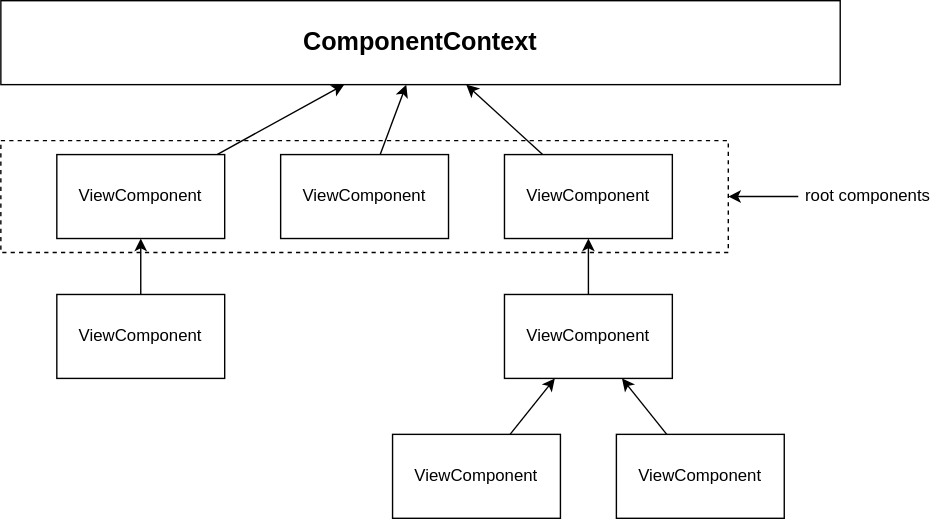
Before: packages/shadow-ents/src/view/ComponentContext.drawio.svg, a diagram exported from draw.io (spearwolf/shadow-objects). Source tidied: cells renumbered, new cells last; positions are measured from the earlier drawing's top-left corner, leaving out a move shared by most shapes.
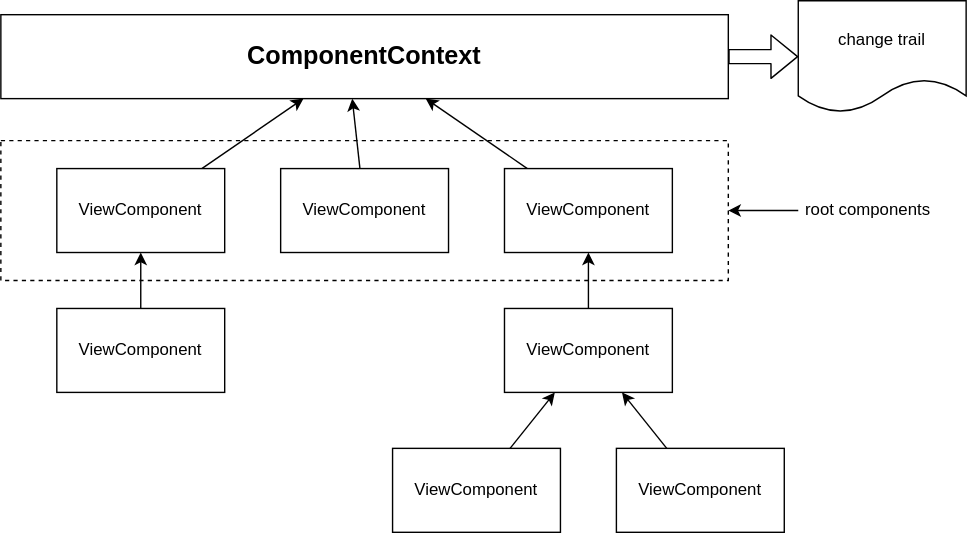
The same file after the commit.

Diff of the diagram source:
```diff
@@ -3,10 +3,13 @@
     <mxCell id="0" />
     <mxCell id="1" parent="0" />
     <mxCell id="2" style="rounded=0;whiteSpace=wrap;html=1;dashed=1;fillColor=none;" parent="1" vertex="1">
-      <mxGeometry y="100" width="520" height="80" as="geometry" />
+      <mxGeometry y="90" width="520" height="100" as="geometry" />
     </mxCell>
+    <mxCell id="20" style="edgeStyle=none;html=1;entryX=0;entryY=0.5;entryDx=0;entryDy=0;shape=flexArrow;strokeWidth=1;fillColor=none;gradientColor=none;" parent="1" edge="1" source="3" target="21">
+      <mxGeometry relative="1" as="geometry" />
+    </mxCell>
     <mxCell id="3" value="ComponentContext" style="rounded=0;whiteSpace=wrap;html=1;fontStyle=1;fontSize=18;" parent="1" vertex="1">
-      <mxGeometry width="600" height="60" as="geometry" />
+      <mxGeometry width="520" height="60" as="geometry" />
     </mxCell>
     <mxCell id="4" style="edgeStyle=none;html=1;" parent="1" edge="1" source="5" target="3">
       <mxGeometry relative="1" as="geometry" />
@@ -50,11 +53,16 @@
     <mxCell id="17" value="ViewComponent" style="rounded=0;whiteSpace=wrap;html=1;" parent="1" vertex="1">
       <mxGeometry x="40" y="210" width="120" height="60" as="geometry" />
     </mxCell>
-    <mxCell id="18" style="edgeStyle=none;html=1;entryX=1;entryY=0.5;entryDx=0;entryDy=0;" parent="1" edge="1" source="19" target="2">
-      <mxGeometry relative="1" as="geometry" />
+    <mxCell id="18" style="edgeStyle=none;html=1;entryX=1;entryY=0.5;entryDx=0;entryDy=0;" parent="1" edge="1" target="2">
+      <mxGeometry relative="1" as="geometry">
+        <mxPoint x="570" y="140" as="sourcePoint" />
+      </mxGeometry>
     </mxCell>
     <mxCell id="19" value="root components" style="text;html=1;strokeColor=none;fillColor=none;align=center;verticalAlign=middle;whiteSpace=wrap;rounded=0;dashed=1;" parent="1" vertex="1">
       <mxGeometry x="570" y="125" width="100" height="30" as="geometry" />
     </mxCell>
+    <mxCell id="21" value="change trail" style="shape=document;whiteSpace=wrap;html=1;boundedLbl=1;" parent="1" vertex="1">
+      <mxGeometry x="570" y="-10" width="120" height="80" as="geometry" />
+    </mxCell>
   </root>
 </mxGraphModel>
```
